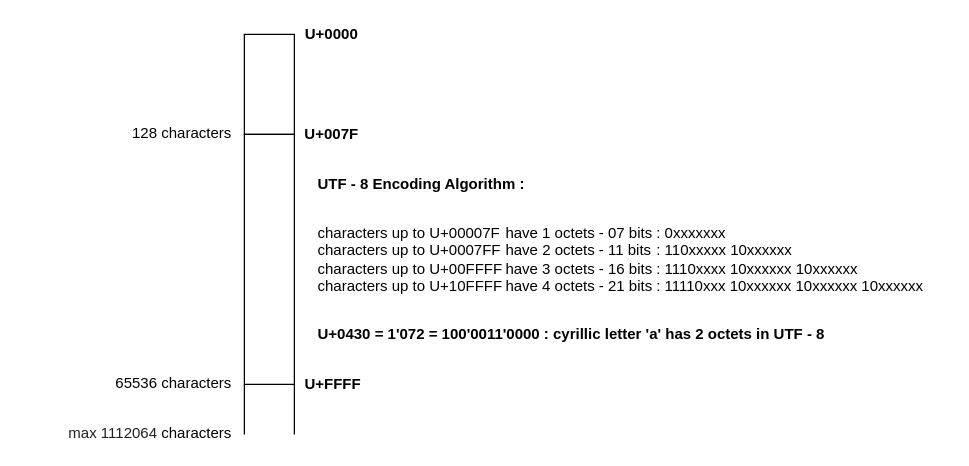
This is projects/examples/source/12.01.drawio from i-s-m-mipt/Education, a draw.io file, before an edit. Source tidied: cells renumbered, new cells numbered last; positions are measured from the earlier drawing's top-left corner, leaving out a move shared by most shapes. Both pictures are drawn from the tidied source at 125%, with x=0, y=0 at pixel (21, 21).
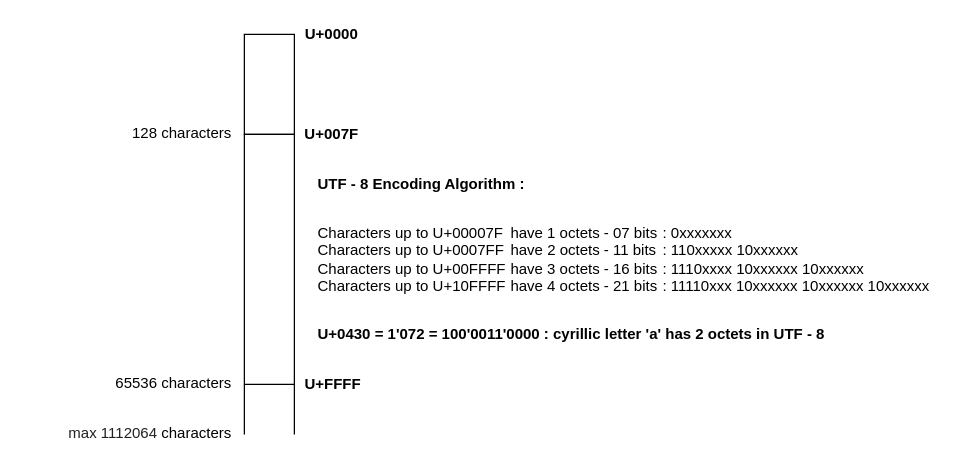
The same page after the edit.

Commit message (it also covers changes not shown here):
Доработан пример 12.01.

Change to the diagram source:
```diff
@@
 <mxGraphModel>
   <root>
     <mxCell id="0" />
     <mxCell id="1" parent="0" />
     <mxCell id="2" style="rounded=0;whiteSpace=wrap;html=1;fillColor=none;fontFamily=Helvetica;" parent="1" vertex="1">
       <mxGeometry x="178" y="10" width="40" height="80" as="geometry" />
     </mxCell>
     <mxCell id="3" style="rounded=0;whiteSpace=wrap;html=1;fillColor=none;fontFamily=Helvetica;" parent="1" vertex="1">
       <mxGeometry x="178" y="90" width="40" height="200" as="geometry" />
     </mxCell>
     <mxCell id="4" style="endArrow=none;html=1;rounded=0;entryX=0;entryY=1;entryDx=0;entryDy=0;fontFamily=Helvetica;" parent="1" edge="1">
       <mxGeometry relative="1" as="geometry">
         <mxPoint x="178" y="330" as="sourcePoint" />
         <mxPoint x="178" y="290" as="targetPoint" />
       </mxGeometry>
     </mxCell>
     <mxCell id="5" style="endArrow=none;html=1;rounded=0;entryX=0;entryY=1;entryDx=0;entryDy=0;fontFamily=Helvetica;" parent="1" edge="1">
       <mxGeometry relative="1" as="geometry">
         <mxPoint x="218" y="330" as="sourcePoint" />
         <mxPoint x="218" y="290" as="targetPoint" />
       </mxGeometry>
     </mxCell>
     <mxCell id="6" value="&lt;font&gt;&lt;b&gt;U+0000&lt;/b&gt;&lt;/font&gt;" style="text;html=1;align=center;verticalAlign=middle;whiteSpace=wrap;rounded=0;fontFamily=Helvetica;" parent="1" vertex="1">
       <mxGeometry x="218" width="60" height="20" as="geometry" />
     </mxCell>
     <mxCell id="7" value="&lt;font&gt;&lt;b&gt;U+007F&lt;/b&gt;&lt;/font&gt;" style="text;html=1;align=center;verticalAlign=middle;whiteSpace=wrap;rounded=0;fontFamily=Helvetica;" parent="1" vertex="1">
       <mxGeometry x="218" y="80" width="60" height="20" as="geometry" />
     </mxCell>
     <mxCell id="8" value="&lt;font&gt;&lt;b&gt;U+FFFF&lt;/b&gt;&lt;/font&gt;" style="text;html=1;align=center;verticalAlign=middle;whiteSpace=wrap;rounded=0;fontFamily=Helvetica;" parent="1" vertex="1">
       <mxGeometry x="219" y="280" width="60" height="20" as="geometry" />
     </mxCell>
     <mxCell id="9" value="&lt;font&gt;65536&amp;nbsp;characters&lt;/font&gt;" style="text;html=1;align=right;verticalAlign=middle;whiteSpace=wrap;rounded=0;fontFamily=Helvetica;" parent="1" vertex="1">
       <mxGeometry x="20" y="279" width="150" height="20" as="geometry" />
     </mxCell>
     <mxCell id="10" value="&lt;font&gt;128 characters&lt;/font&gt;" style="text;html=1;align=right;verticalAlign=middle;whiteSpace=wrap;rounded=0;fontFamily=Helvetica;" parent="1" vertex="1">
       <mxGeometry x="60" y="79" width="110" height="20" as="geometry" />
     </mxCell>
     <mxCell id="11" value="&lt;font&gt;&lt;b&gt;U+0430 = 1'072 = &lt;/b&gt;&lt;span style=&quot;background-color: rgb(255, 255, 255);&quot;&gt;&lt;font face=&quot;Helvetica&quot; style=&quot;&quot;&gt;&lt;b&gt;100'0011'0000&lt;/b&gt;&lt;/font&gt;&lt;/span&gt;&lt;b&gt;&amp;nbsp;: cyrillic letter '&lt;/b&gt;&lt;/font&gt;&lt;b style=&quot;&quot;&gt;а' has 2 octets in UTF - 8&lt;/b&gt;&lt;font&gt;&lt;b&gt;&amp;nbsp;&lt;/b&gt;&lt;/font&gt;" style="text;html=1;align=left;verticalAlign=middle;whiteSpace=wrap;rounded=0;fontFamily=Helvetica;" parent="1" vertex="1">
       <mxGeometry x="235" y="240" width="433" height="20" as="geometry" />
     </mxCell>
-    <mxCell id="12" value="&lt;div&gt;&lt;font style=&quot;background-color: transparent; color: light-dark(rgb(0, 0, 0), rgb(255, 255, 255));&quot;&gt;characters up to U+&lt;/font&gt;&lt;font style=&quot;background-color: transparent; color: light-dark(rgb(0, 0, 0), rgb(255, 255, 255));&quot;&gt;00007F&lt;/font&gt;&lt;/div&gt;&lt;div&gt;&lt;font&gt;&lt;span style=&quot;background-color: transparent; color: light-dark(rgb(0, 0, 0), rgb(255, 255, 255));&quot;&gt;characters up to U+&lt;/span&gt;0007FF&lt;/font&gt;&lt;/div&gt;&lt;div&gt;&lt;font&gt;&lt;span style=&quot;background-color: transparent; color: light-dark(rgb(0, 0, 0), rgb(255, 255, 255));&quot;&gt;characters up to U+&lt;/span&gt;00FFFF&lt;/font&gt;&lt;/div&gt;&lt;div&gt;&lt;font style=&quot;background-color: transparent; color: light-dark(rgb(0, 0, 0), rgb(255, 255, 255));&quot;&gt;&lt;span style=&quot;background-color: transparent; color: light-dark(rgb(0, 0, 0), rgb(255, 255, 255));&quot;&gt;characters up to U+&lt;/span&gt;10FFFF&lt;/font&gt;&lt;/div&gt;" style="text;html=1;align=left;verticalAlign=middle;whiteSpace=wrap;rounded=0;fontFamily=Helvetica;" parent="1" vertex="1">
+    <mxCell id="12" value="&lt;div&gt;&lt;font style=&quot;background-color: transparent; color: light-dark(rgb(0, 0, 0), rgb(255, 255, 255));&quot;&gt;Characters up to U+&lt;/font&gt;&lt;font style=&quot;background-color: transparent; color: light-dark(rgb(0, 0, 0), rgb(255, 255, 255));&quot;&gt;00007F&lt;/font&gt;&lt;/div&gt;&lt;div&gt;&lt;font&gt;&lt;span style=&quot;background-color: transparent; color: light-dark(rgb(0, 0, 0), rgb(255, 255, 255));&quot;&gt;Characters up to U+&lt;/span&gt;0007FF&lt;/font&gt;&lt;/div&gt;&lt;div&gt;&lt;font&gt;&lt;span style=&quot;background-color: transparent; color: light-dark(rgb(0, 0, 0), rgb(255, 255, 255));&quot;&gt;Characters up to U+&lt;/span&gt;00FFFF&lt;/font&gt;&lt;/div&gt;&lt;div&gt;&lt;font style=&quot;background-color: transparent; color: light-dark(rgb(0, 0, 0), rgb(255, 255, 255));&quot;&gt;&lt;span style=&quot;background-color: transparent; color: light-dark(rgb(0, 0, 0), rgb(255, 255, 255));&quot;&gt;Characters up to U+&lt;/span&gt;10FFFF&lt;/font&gt;&lt;/div&gt;" style="text;html=1;align=left;verticalAlign=middle;whiteSpace=wrap;rounded=0;fontFamily=Helvetica;" parent="1" vertex="1">
       <mxGeometry x="235" y="150" width="153" height="80" as="geometry" />
     </mxCell>
     <mxCell id="13" value="&lt;font&gt;&lt;span style=&quot;color: rgb(32, 33, 34); text-align: start; background-color: rgb(255, 255, 255);&quot;&gt;&lt;font style=&quot;font-size: 12px;&quot;&gt;&amp;nbsp;max 1112064&lt;/font&gt;&lt;/span&gt;&amp;nbsp;characters&lt;/font&gt;" style="text;html=1;align=right;verticalAlign=middle;whiteSpace=wrap;rounded=0;fontFamily=Helvetica;" parent="1" vertex="1">
       <mxGeometry y="319" width="170" height="20" as="geometry" />
     </mxCell>
     <mxCell id="14" value="&lt;div style=&quot;&quot;&gt;&lt;span style=&quot;background-color: transparent; color: light-dark(rgb(0, 0, 0), rgb(255, 255, 255));&quot;&gt;&amp;nbsp;have 1 octets - 07 bits&amp;nbsp;&lt;/span&gt;&lt;/div&gt;&lt;div style=&quot;&quot;&gt;&lt;span style=&quot;&quot;&gt;&amp;nbsp;&lt;/span&gt;have&amp;nbsp;&lt;span style=&quot;&quot;&gt;2 octets - 11 bits&amp;nbsp;&lt;/span&gt;&lt;/div&gt;&lt;div style=&quot;&quot;&gt;&lt;div&gt;&amp;nbsp;have&amp;nbsp;3 octets - 16 bits&amp;nbsp;&lt;/div&gt;&lt;div&gt;&amp;nbsp;have&amp;nbsp;4 octets - 21 bits&amp;nbsp;&lt;/div&gt;&lt;/div&gt;" style="text;html=1;align=left;verticalAlign=middle;whiteSpace=wrap;rounded=0;" parent="1" vertex="1">
-      <mxGeometry x="381.5" y="150" width="140" height="80" as="geometry" />
+      <mxGeometry x="385.5" y="150" width="140" height="80" as="geometry" />
     </mxCell>
     <mxCell id="15" value="&lt;b style=&quot;&quot;&gt;UTF - 8 Encoding Algorithm :&lt;/b&gt;" style="text;html=1;align=left;verticalAlign=middle;whiteSpace=wrap;rounded=0;" parent="1" vertex="1">
       <mxGeometry x="235" y="120" width="433" height="20" as="geometry" />
     </mxCell>
     <mxCell id="16" value="&lt;span style=&quot;&quot;&gt;: 0xxxxxxx&lt;/span&gt;&lt;div&gt;: 110xxxxx 10xxxxxx&lt;span style=&quot;&quot;&gt;&lt;/span&gt;&lt;/div&gt;&lt;div&gt;: 1110xxxx 10xxxxxx 10xxxxxx&lt;/div&gt;&lt;div&gt;: 11110xxx&lt;span style=&quot;background-color: initial;&quot;&gt;&amp;nbsp;10xxxxxx&lt;/span&gt;&lt;span style=&quot;background-color: initial;&quot;&gt;&amp;nbsp;10xxxxxx&lt;/span&gt;&lt;span style=&quot;background-color: initial;&quot;&gt;&amp;nbsp;10xxxxxx&lt;/span&gt;&lt;/div&gt;" style="text;html=1;align=left;verticalAlign=middle;whiteSpace=wrap;rounded=0;" parent="1" vertex="1">
-      <mxGeometry x="506" y="149.8" width="230" height="80.5" as="geometry" />
+      <mxGeometry x="511" y="149.8" width="230" height="80.5" as="geometry" />
     </mxCell>
   </root>
 </mxGraphModel>
```
